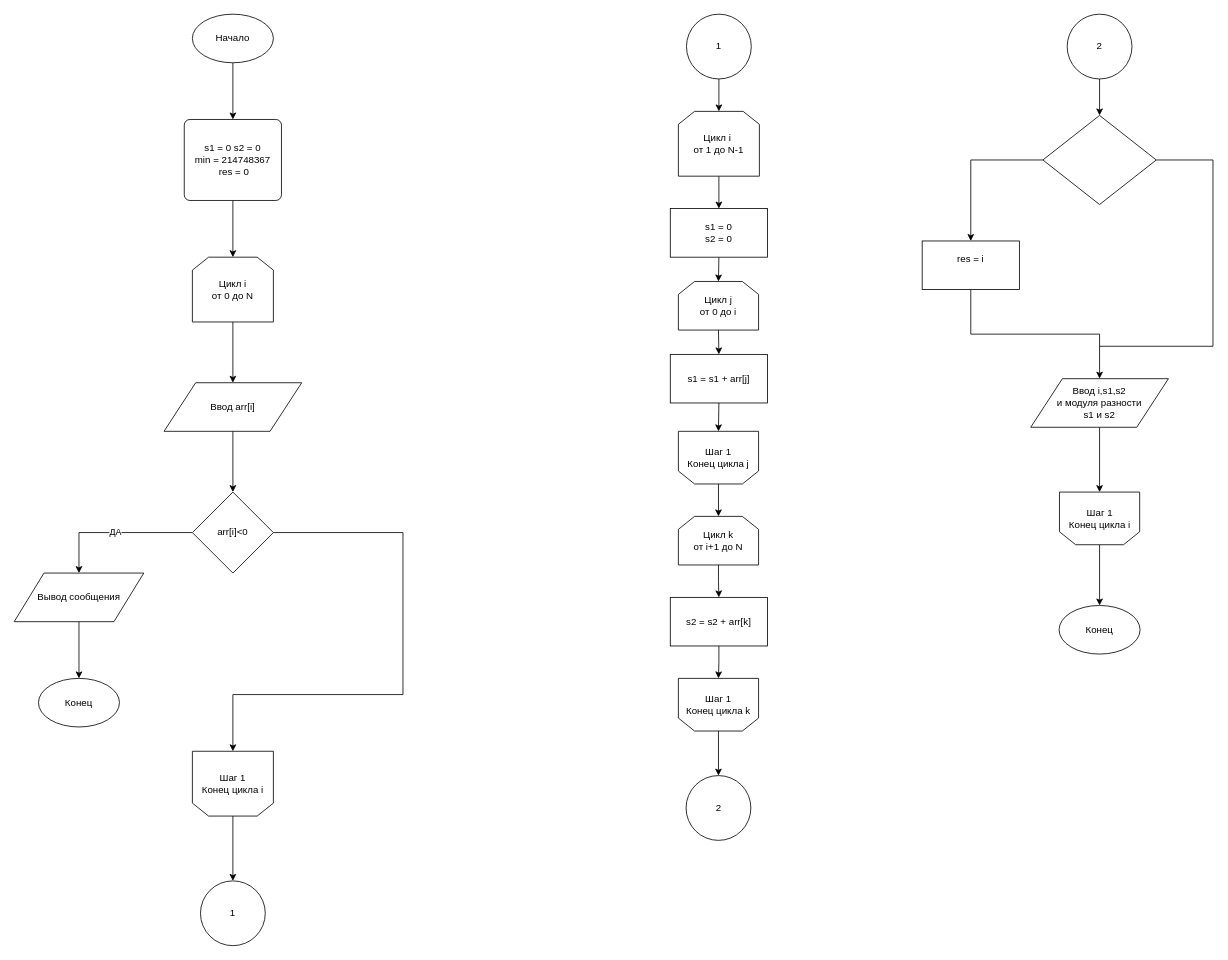
The draw.io diagram page "Page-1" (1 of 2) of Диаграмма без названия.drawio in schlimmsten/PR_4-SCHEMES-, before the edit. Source tidied: cells renumbered, new cells numbered last; positions are measured from the earlier drawing's top-left corner, leaving out a move shared by most shapes. Both pictures are drawn from the tidied source at 81%, with x=0, y=0 at pixel (14, 14).
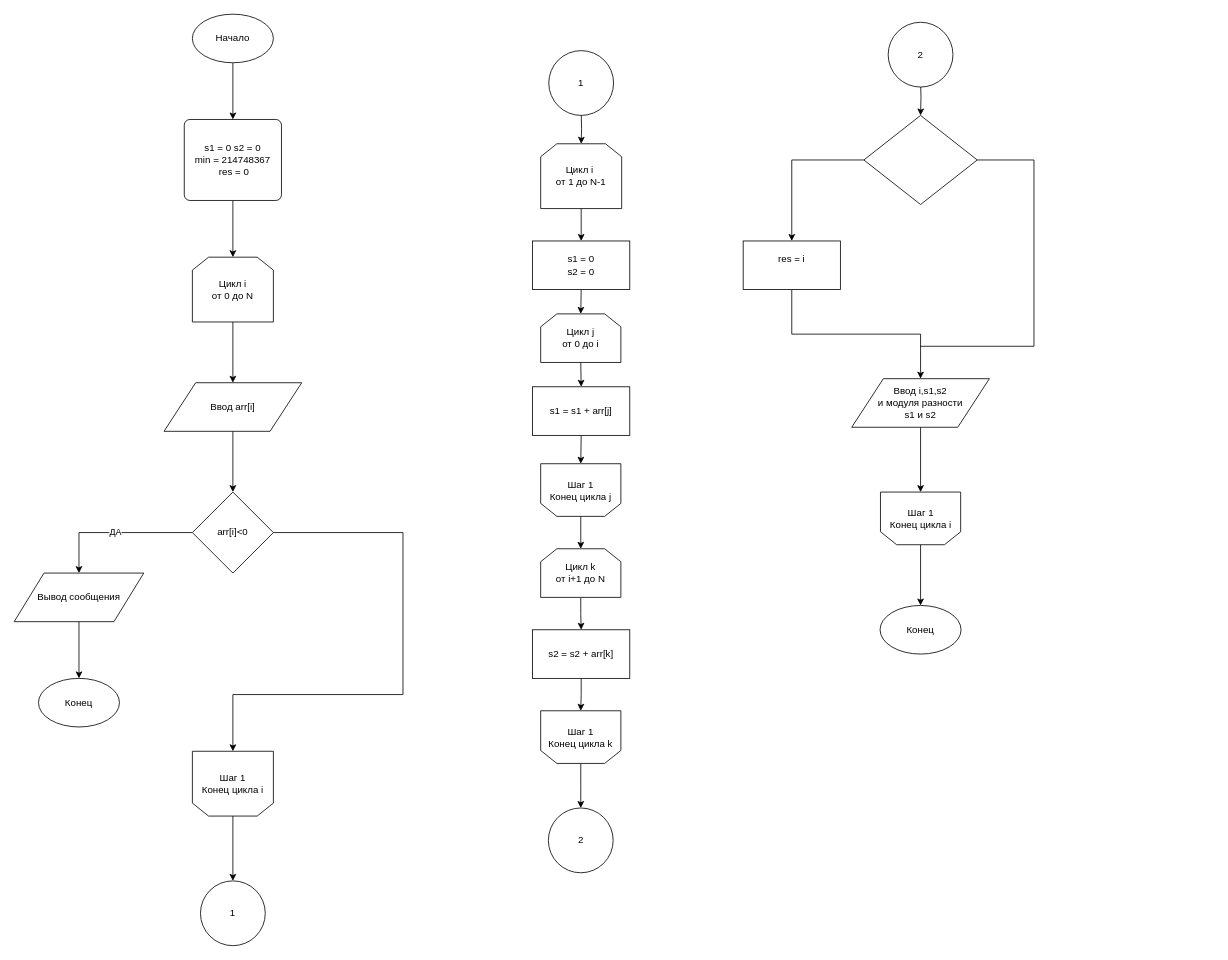
After the change.

Change to the diagram source:
```diff
@@
-    <mxCell id="18" style="edgeStyle=orthogonalEdgeStyle;rounded=0;jettySize=auto;html=1;exitX=0.5;exitY=1;exitDx=0;exitDy=0;entryX=0.5;entryY=0;entryDx=0;entryDy=0;" parent="1" edge="1" source="19" target="21">
-      <mxGeometry relative="1" as="geometry" />
+    <mxCell id="18" style="edgeStyle=orthogonalEdgeStyle;rounded=0;jettySize=auto;html=1;exitX=0.5;exitY=1;exitDx=0;exitDy=0;entryX=0.5;entryY=0;entryDx=0;entryDy=0;" parent="1" edge="1" target="21">
+      <mxGeometry relative="1" as="geometry">
+        <mxPoint x="700" y="120" as="sourcePoint" />
+      </mxGeometry>
     </mxCell>
     <mxCell id="19" value="1" style="ellipse;whiteSpace=wrap;html=1;rounded=0;shadow=0;sketch=0;strokeWidth=1;" parent="1" vertex="1">
-      <mxGeometry x="830" width="80" height="80" as="geometry" />
+      <mxGeometry x="660" y="45" width="80" height="80" as="geometry" />
     </mxCell>
@@
     <mxCell id="21" value="Цикл i&amp;nbsp;&lt;br&gt;от 1 до N-1" style="shape=loopLimit;whiteSpace=wrap;html=1;rounded=0;shadow=0;sketch=0;strokeWidth=1;" parent="1" vertex="1">
-      <mxGeometry x="820" y="120" width="100" height="80" as="geometry" />
+      <mxGeometry x="650" y="160" width="100" height="80" as="geometry" />
     </mxCell>
@@
     <mxCell id="23" value="s1 = 0&lt;br&gt;s2 = 0" style="rounded=0;whiteSpace=wrap;html=1;shadow=0;sketch=0;strokeWidth=1;" parent="1" vertex="1">
-      <mxGeometry x="810" y="240" width="120" height="60" as="geometry" />
+      <mxGeometry x="640" y="280" width="120" height="60" as="geometry" />
     </mxCell>
@@
     <mxCell id="26" value="Цикл j&lt;br&gt;от 0 до i" style="shape=loopLimit;whiteSpace=wrap;html=1;rounded=0;shadow=0;sketch=0;strokeWidth=1;" parent="1" vertex="1">
-      <mxGeometry x="820" y="330" width="99" height="60" as="geometry" />
+      <mxGeometry x="650" y="370" width="99" height="60" as="geometry" />
     </mxCell>
@@
     <mxCell id="28" value="s1 = s1 + arr[j]" style="rounded=0;whiteSpace=wrap;html=1;shadow=0;sketch=0;strokeWidth=1;" parent="1" vertex="1">
-      <mxGeometry x="810" y="420" width="120" height="60" as="geometry" />
+      <mxGeometry x="640" y="460" width="120" height="60" as="geometry" />
     </mxCell>
@@
     <mxCell id="30" value="Шаг 1&lt;br&gt;Конец цикла j" style="shape=loopLimit;whiteSpace=wrap;html=1;rounded=0;shadow=0;sketch=0;strokeWidth=1;rotation=0;flipV=1;" parent="1" vertex="1">
-      <mxGeometry x="820" y="515" width="99" height="65" as="geometry" />
+      <mxGeometry x="650" y="555" width="99" height="65" as="geometry" />
     </mxCell>
@@
     <mxCell id="36" value="Цикл k&lt;br&gt;от i+1 до N" style="shape=loopLimit;whiteSpace=wrap;html=1;rounded=0;shadow=0;sketch=0;strokeWidth=1;" parent="1" vertex="1">
-      <mxGeometry x="820" y="620" width="99" height="60" as="geometry" />
+      <mxGeometry x="650" y="660" width="99" height="60" as="geometry" />
     </mxCell>
@@
     <mxCell id="38" value="s2 = s2 + arr[k]" style="rounded=0;whiteSpace=wrap;html=1;shadow=0;sketch=0;strokeWidth=1;" parent="1" vertex="1">
-      <mxGeometry x="810" y="720" width="120" height="60" as="geometry" />
+      <mxGeometry x="640" y="760" width="120" height="60" as="geometry" />
     </mxCell>
-    <mxCell id="39" style="edgeStyle=orthogonalEdgeStyle;rounded=0;jettySize=auto;html=1;exitX=0.5;exitY=1;exitDx=0;exitDy=0;entryX=0.5;entryY=0;entryDx=0;entryDy=0;" parent="1" edge="1" source="40" target="41">
-      <mxGeometry relative="1" as="geometry" />
+    <mxCell id="39" style="edgeStyle=orthogonalEdgeStyle;rounded=0;jettySize=auto;html=1;exitX=0.5;exitY=1;exitDx=0;exitDy=0;entryX=0.5;entryY=0;entryDx=0;entryDy=0;" parent="1" edge="1" source="40">
+      <mxGeometry relative="1" as="geometry">
+        <mxPoint x="699.5" y="980" as="targetPoint" />
+      </mxGeometry>
     </mxCell>
     <mxCell id="40" value="Шаг 1&lt;br&gt;Конец цикла k" style="shape=loopLimit;whiteSpace=wrap;html=1;rounded=0;shadow=0;sketch=0;strokeWidth=1;rotation=0;flipV=1;" parent="1" vertex="1">
-      <mxGeometry x="820" y="820" width="99" height="65" as="geometry" />
+      <mxGeometry x="650" y="860" width="99" height="65" as="geometry" />
     </mxCell>
     <mxCell id="41" value="2" style="ellipse;whiteSpace=wrap;html=1;rounded=0;shadow=0;sketch=0;strokeWidth=1;" parent="1" vertex="1">
-      <mxGeometry x="829.5" y="940" width="80" height="80" as="geometry" />
+      <mxGeometry x="659.5" y="980" width="80" height="80" as="geometry" />
     </mxCell>
-    <mxCell id="42" style="edgeStyle=orthogonalEdgeStyle;rounded=0;jettySize=auto;html=1;exitX=0.5;exitY=1;exitDx=0;exitDy=0;entryX=0.5;entryY=0;entryDx=0;entryDy=0;" parent="1" edge="1" source="43" target="45">
-      <mxGeometry relative="1" as="geometry" />
+    <mxCell id="42" style="edgeStyle=orthogonalEdgeStyle;rounded=0;jettySize=auto;html=1;exitX=0.5;exitY=1;exitDx=0;exitDy=0;entryX=0.5;entryY=0;entryDx=0;entryDy=0;" parent="1" edge="1" target="45">
+      <mxGeometry relative="1" as="geometry">
+        <mxPoint x="1119" y="80" as="sourcePoint" />
+      </mxGeometry>
     </mxCell>
     <mxCell id="43" value="2" style="ellipse;whiteSpace=wrap;html=1;rounded=0;shadow=0;sketch=0;strokeWidth=1;" parent="1" vertex="1">
-      <mxGeometry x="1300" width="80" height="80" as="geometry" />
+      <mxGeometry x="1079" y="10" width="80" height="80" as="geometry" />
     </mxCell>
@@
     <mxCell id="45" style="rhombus;whiteSpace=wrap;html=1;rounded=0;shadow=0;sketch=0;strokeWidth=1;" parent="1" vertex="1">
-      <mxGeometry x="1270" y="125" width="140" height="110" as="geometry" />
+      <mxGeometry x="1049" y="125" width="140" height="110" as="geometry" />
     </mxCell>
@@
     <mxCell id="47" value="res = i&lt;br&gt;&lt;br&gt;" style="rounded=0;whiteSpace=wrap;html=1;shadow=0;sketch=0;strokeWidth=1;" parent="1" vertex="1">
-      <mxGeometry x="1121" y="280" width="120" height="60" as="geometry" />
+      <mxGeometry x="900" y="280" width="120" height="60" as="geometry" />
     </mxCell>
@@
     <mxCell id="49" value="Ввод i,s1,s2&lt;br&gt;и модуля разности&lt;br&gt;s1 и s2" style="shape=parallelogram;html=1;strokeWidth=1;perimeter=parallelogramPerimeter;whiteSpace=wrap;rounded=0;arcSize=12;size=0.23;shadow=0;sketch=0;" parent="1" vertex="1">
-      <mxGeometry x="1255" y="450" width="170" height="60" as="geometry" />
+      <mxGeometry x="1034" y="450" width="170" height="60" as="geometry" />
     </mxCell>
     <mxCell id="50" style="endArrow=none;html=1;rounded=0;entryX=1;entryY=0.5;entryDx=0;entryDy=0;" parent="1" edge="1" target="45">
       <mxGeometry relative="1" as="geometry">
-        <mxPoint x="1480" y="180" as="sourcePoint" />
+        <mxPoint x="1259" y="180" as="sourcePoint" />
       </mxGeometry>
     </mxCell>
     <mxCell id="51" style="endArrow=none;html=1;rounded=0;" parent="1" edge="1">
       <mxGeometry relative="1" as="geometry">
-        <mxPoint x="1480" y="410" as="sourcePoint" />
-        <mxPoint x="1480" y="180" as="targetPoint" />
+        <mxPoint x="1259" y="410" as="sourcePoint" />
+        <mxPoint x="1259" y="180" as="targetPoint" />
       </mxGeometry>
     </mxCell>
     <mxCell id="52" style="endArrow=none;html=1;rounded=0;" parent="1" edge="1">
       <mxGeometry relative="1" as="geometry">
-        <mxPoint x="1340" y="410" as="sourcePoint" />
-        <mxPoint x="1480" y="410" as="targetPoint" />
+        <mxPoint x="1119" y="410" as="sourcePoint" />
+        <mxPoint x="1259" y="410" as="targetPoint" />
       </mxGeometry>
     </mxCell>
@@
     <mxCell id="54" value="Шаг 1&lt;br&gt;Конец цикла i" style="shape=loopLimit;whiteSpace=wrap;html=1;rounded=0;shadow=0;sketch=0;strokeWidth=1;rotation=0;flipV=1;" parent="1" vertex="1">
-      <mxGeometry x="1290.5" y="590" width="99" height="65" as="geometry" />
+      <mxGeometry x="1069.5" y="590" width="99" height="65" as="geometry" />
     </mxCell>
     <mxCell id="55" value="Конец" style="strokeWidth=1;html=1;shape=mxgraph.flowchart.start_1;whiteSpace=wrap;" parent="1" vertex="1">
-      <mxGeometry x="1290" y="730" width="100" height="60" as="geometry" />
+      <mxGeometry x="1069" y="730" width="100" height="60" as="geometry" />
     </mxCell>
```
